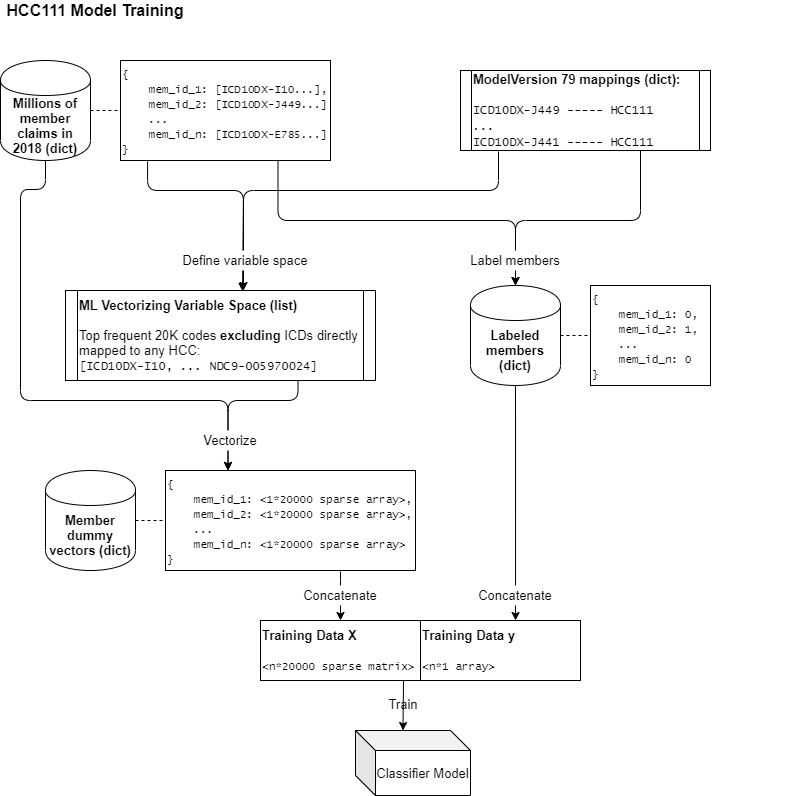
Above: imgs/training_logic.png in fattyJake/shakespeare (draw.io), before the change. Source tidied: cells renumbered, new cells last; positions are measured from the earlier drawing's top-left corner, leaving out a move shared by most shapes.
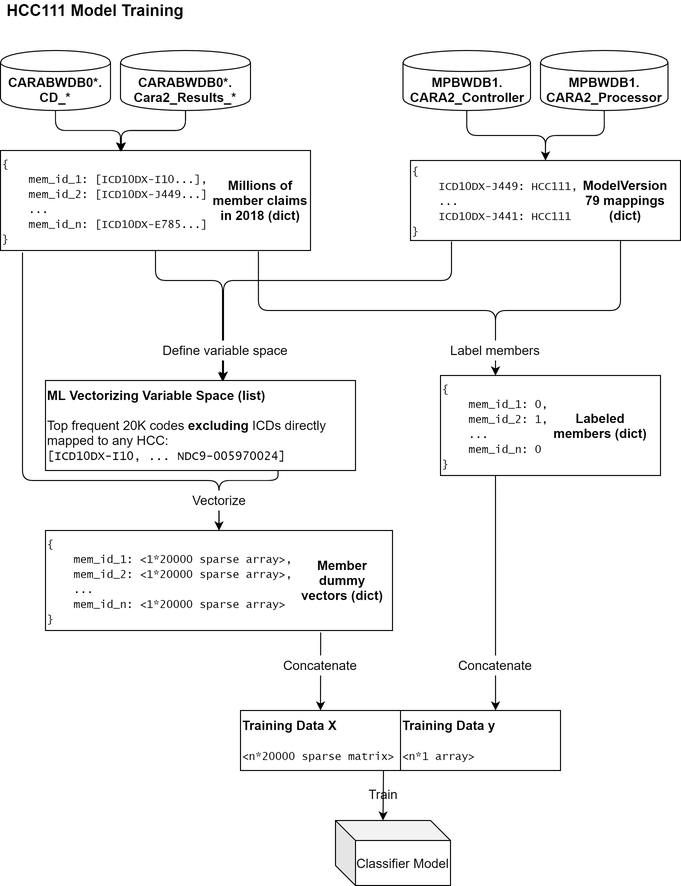
After the commit.

Commit message:
training_logic db represent fix

Diff of the diagram source:
```diff
@@ -3,31 +3,16 @@
     <mxCell id="0" />
     <mxCell id="1" parent="0" />
     <mxCell id="2" value="HCC111 Model Training" style="text;html=1;strokeColor=none;fillColor=none;align=center;verticalAlign=middle;whiteSpace=wrap;rounded=0;fontStyle=1;fontSize=16;" parent="1" vertex="1">
-      <mxGeometry width="190" height="20" as="geometry" />
+      <mxGeometry x="20" y="-90" width="190" height="20" as="geometry" />
     </mxCell>
-    <mxCell id="3" style="group;" parent="1" vertex="1">
-      <mxGeometry y="60" width="330" height="100" as="geometry" />
-    </mxCell>
-    <mxCell id="4" value="&lt;b&gt;Millions of member claims in 2018 (dict)&lt;/b&gt;" style="shape=cylinder;whiteSpace=wrap;html=1;boundedLbl=1;backgroundOutline=1;labelBackgroundColor=none;fontSize=13;" parent="3" vertex="1">
-      <mxGeometry width="90" height="100" as="geometry" />
-    </mxCell>
-    <mxCell id="5" value="&lt;font face=&quot;Lucida Console&quot; style=&quot;font-size: 11px&quot;&gt;{&lt;br&gt;&amp;nbsp; &amp;nbsp; mem_id_1: [ICD10DX-I10...],&lt;br&gt;&amp;nbsp; &amp;nbsp; mem_id_2: [ICD10DX-J449...]&lt;br&gt;&amp;nbsp; &amp;nbsp; ...&lt;br&gt;&amp;nbsp; &amp;nbsp; mem_id_n: [ICD10DX-E785...]&lt;br&gt;}&lt;/font&gt;" style="rounded=0;whiteSpace=wrap;html=1;labelBackgroundColor=none;fontSize=13;align=left;" parent="3" vertex="1">
-      <mxGeometry x="120" width="210" height="100" as="geometry" />
-    </mxCell>
-    <mxCell id="6" style="endArrow=none;dashed=1;html=1;fontSize=13;exitX=1;exitY=0.5;exitDx=0;exitDy=0;entryX=0;entryY=0.5;entryDx=0;entryDy=0;" parent="3" edge="1" source="4" target="5">
-      <mxGeometry relative="1" as="geometry" />
-    </mxCell>
-    <mxCell id="7" value="&lt;b&gt;ModelVersion 79 mappings (dict):&lt;/b&gt;&lt;br&gt;&lt;br&gt;&lt;font face=&quot;Lucida Console&quot; style=&quot;font-size: 12px&quot;&gt;ICD10DX-J449 ----- HCC111&lt;br&gt;...&lt;br&gt;ICD10DX-J441 ----- HCC111&lt;/font&gt;" style="shape=process;whiteSpace=wrap;html=1;backgroundOutline=1;labelBackgroundColor=none;fontSize=13;size=0.044;align=left;" parent="1" vertex="1">
-      <mxGeometry x="460" y="70" width="250" height="80" as="geometry" />
-    </mxCell>
-    <mxCell id="8" value="&lt;b&gt;ML Vectorizing Variable Space (list)&lt;/b&gt;&lt;br&gt;&lt;br&gt;Top frequent 20K codes &lt;b&gt;excluding &lt;/b&gt;ICDs directly mapped to any HCC:&lt;br&gt;&lt;font face=&quot;Lucida Console&quot; style=&quot;font-size: 12px&quot;&gt;[ICD10DX-I10, ... NDC9-005970024]&lt;/font&gt;" style="shape=process;whiteSpace=wrap;html=1;backgroundOutline=1;labelBackgroundColor=none;fontSize=13;align=left;size=0.037142857142857144;" parent="1" vertex="1">
+    <mxCell id="8" value="&lt;b&gt;ML Vectorizing Variable Space (list)&lt;/b&gt;&lt;br&gt;&lt;br&gt;Top frequent 20K codes &lt;b&gt;excluding &lt;/b&gt;ICDs directly mapped to any HCC:&lt;br&gt;&lt;font face=&quot;Lucida Console&quot; style=&quot;font-size: 12px&quot;&gt;[ICD10DX-I10, ... NDC9-005970024]&lt;/font&gt;" style="whiteSpace=wrap;html=1;backgroundOutline=1;labelBackgroundColor=none;fontSize=13;align=left;size=0.037142857142857144;" parent="1" vertex="1">
       <mxGeometry x="65" y="290" width="310" height="90" as="geometry" />
     </mxCell>
-    <mxCell id="9" style="endArrow=classic;html=1;fontSize=13;exitX=0.129;exitY=1.01;exitDx=0;exitDy=0;edgeStyle=orthogonalEdgeStyle;exitPerimeter=0;entryX=0.571;entryY=0.011;entryDx=0;entryDy=0;entryPerimeter=0;" parent="1" edge="1" source="5" target="8">
+    <mxCell id="9" style="endArrow=classic;html=1;fontSize=13;exitX=0.5;exitY=1;exitDx=0;exitDy=0;edgeStyle=orthogonalEdgeStyle;entryX=0.571;entryY=0.011;entryDx=0;entryDy=0;entryPerimeter=0;" parent="1" edge="1" source="5" target="8">
       <mxGeometry relative="1" as="geometry">
         <Array as="points">
-          <mxPoint x="147" y="190" />
-          <mxPoint x="243" y="190" />
+          <mxPoint x="175" y="190" />
+          <mxPoint x="242" y="190" />
         </Array>
       </mxGeometry>
     </mxCell>
@@ -35,34 +20,24 @@
       <mxGeometry relative="1" as="geometry">
         <mxPoint x="243" y="290" as="targetPoint" />
         <Array as="points">
-          <mxPoint x="498" y="190" />
+          <mxPoint x="471" y="190" />
           <mxPoint x="243" y="190" />
         </Array>
       </mxGeometry>
     </mxCell>
-    <mxCell id="11" style="group;" parent="1" vertex="1">
-      <mxGeometry x="470" y="285" width="330" height="100" as="geometry" />
-    </mxCell>
-    <mxCell id="12" value="&lt;b&gt;Labeled members (dict)&lt;/b&gt;" style="shape=cylinder;whiteSpace=wrap;html=1;boundedLbl=1;backgroundOutline=1;labelBackgroundColor=none;fontSize=13;" parent="11" vertex="1">
-      <mxGeometry width="90" height="100" as="geometry" />
-    </mxCell>
-    <mxCell id="13" value="&lt;font face=&quot;Lucida Console&quot; style=&quot;font-size: 11px&quot;&gt;{&lt;br&gt;&amp;nbsp; &amp;nbsp; mem_id_1: 0,&lt;br&gt;&amp;nbsp; &amp;nbsp; mem_id_2: 1,&lt;br&gt;&amp;nbsp; &amp;nbsp; ...&lt;br&gt;&amp;nbsp; &amp;nbsp; mem_id_n: 0&lt;br&gt;}&lt;/font&gt;" style="rounded=0;whiteSpace=wrap;html=1;labelBackgroundColor=none;fontSize=13;align=left;" parent="11" vertex="1">
-      <mxGeometry x="120" width="120" height="100" as="geometry" />
-    </mxCell>
-    <mxCell id="14" style="endArrow=none;dashed=1;html=1;fontSize=13;exitX=1;exitY=0.5;exitDx=0;exitDy=0;entryX=0;entryY=0.5;entryDx=0;entryDy=0;" parent="11" edge="1" source="12" target="13">
-      <mxGeometry relative="1" as="geometry" />
-    </mxCell>
-    <mxCell id="15" style="endArrow=classic;html=1;fontSize=13;exitX=0.75;exitY=1;exitDx=0;exitDy=0;edgeStyle=orthogonalEdgeStyle;entryX=0.5;entryY=0;entryDx=0;entryDy=0;" parent="1" edge="1" source="5" target="12">
+    <mxCell id="15" style="endArrow=classic;html=1;fontSize=13;exitX=0.832;exitY=1.01;exitDx=0;exitDy=0;edgeStyle=orthogonalEdgeStyle;entryX=0.5;entryY=0;entryDx=0;entryDy=0;exitPerimeter=0;" parent="1" edge="1" source="5">
       <mxGeometry relative="1" as="geometry">
+        <mxPoint x="515" y="285" as="targetPoint" />
         <Array as="points">
           <mxPoint x="278" y="220" />
           <mxPoint x="515" y="220" />
         </Array>
       </mxGeometry>
     </mxCell>
-    <mxCell id="16" style="endArrow=classic;html=1;fontSize=13;exitX=0.75;exitY=1;exitDx=0;exitDy=0;edgeStyle=orthogonalEdgeStyle;entryX=0.5;entryY=0;entryDx=0;entryDy=0;" parent="1" edge="1" target="12">
+    <mxCell id="16" style="endArrow=classic;html=1;fontSize=13;exitX=0.75;exitY=1;exitDx=0;exitDy=0;edgeStyle=orthogonalEdgeStyle;entryX=0.5;entryY=0;entryDx=0;entryDy=0;" parent="1" edge="1">
       <mxGeometry relative="1" as="geometry">
         <mxPoint x="640" y="150" as="sourcePoint" />
+        <mxPoint x="515" y="285" as="targetPoint" />
         <Array as="points">
           <mxPoint x="640" y="220" />
           <mxPoint x="515" y="220" />
@@ -75,62 +50,19 @@
     <mxCell id="18" value="Label members" style="text;html=1;align=center;verticalAlign=middle;whiteSpace=wrap;rounded=0;labelBackgroundColor=none;fontSize=13;fillColor=#ffffff;" parent="1" vertex="1">
       <mxGeometry x="440" y="250" width="150" height="20" as="geometry" />
     </mxCell>
-    <mxCell id="19" style="group;" parent="1" vertex="1">
-      <mxGeometry x="45" y="470" width="370" height="100" as="geometry" />
-    </mxCell>
-    <mxCell id="20" value="&lt;b&gt;Member dummy vectors (dict)&lt;/b&gt;" style="shape=cylinder;whiteSpace=wrap;html=1;boundedLbl=1;backgroundOutline=1;labelBackgroundColor=none;fontSize=13;" parent="19" vertex="1">
-      <mxGeometry width="90" height="100" as="geometry" />
-    </mxCell>
-    <mxCell id="21" value="&lt;font face=&quot;Lucida Console&quot; style=&quot;font-size: 11px&quot;&gt;{&lt;br&gt;&amp;nbsp; &amp;nbsp; mem_id_1: &amp;lt;1*20000 sparse array&amp;gt;,&lt;br&gt;&amp;nbsp; &amp;nbsp; mem_id_2:&amp;nbsp;&lt;/font&gt;&lt;span style=&quot;font-family: &amp;#34;lucida console&amp;#34; ; font-size: 11px&quot;&gt;&amp;lt;1*20000 sparse array&amp;gt;,&lt;/span&gt;&lt;font face=&quot;Lucida Console&quot; style=&quot;font-size: 11px&quot;&gt;&lt;br&gt;&amp;nbsp; &amp;nbsp; ...&lt;br&gt;&amp;nbsp; &amp;nbsp; mem_id_n:&amp;nbsp;&lt;/font&gt;&lt;span style=&quot;font-family: &amp;#34;lucida console&amp;#34; ; font-size: 11px&quot;&gt;&amp;lt;1*20000 sparse array&amp;gt;&lt;/span&gt;&lt;font face=&quot;Lucida Console&quot; style=&quot;font-size: 11px&quot;&gt;&lt;br&gt;}&lt;/font&gt;" style="rounded=0;whiteSpace=wrap;html=1;labelBackgroundColor=none;fontSize=13;align=left;" parent="19" vertex="1">
-      <mxGeometry x="120" width="250" height="100" as="geometry" />
-    </mxCell>
-    <mxCell id="22" style="endArrow=none;dashed=1;html=1;fontSize=13;exitX=1;exitY=0.5;exitDx=0;exitDy=0;entryX=0;entryY=0.5;entryDx=0;entryDy=0;" parent="19" edge="1" source="20" target="21">
-      <mxGeometry relative="1" as="geometry" />
-    </mxCell>
-    <mxCell id="23" style="endArrow=classic;html=1;fontSize=13;exitX=0.129;exitY=1.01;exitDx=0;exitDy=0;edgeStyle=orthogonalEdgeStyle;exitPerimeter=0;entryX=0.25;entryY=0;entryDx=0;entryDy=0;" parent="1" edge="1" target="21">
-      <mxGeometry relative="1" as="geometry">
-        <mxPoint x="45" y="160" as="sourcePoint" />
-        <Array as="points">
-          <mxPoint x="45" y="189" />
-          <mxPoint x="20" y="189" />
-          <mxPoint x="20" y="400" />
-          <mxPoint x="228" y="400" />
-        </Array>
-      </mxGeometry>
-    </mxCell>
-    <mxCell id="24" style="endArrow=classic;html=1;fontSize=13;edgeStyle=orthogonalEdgeStyle;exitX=0.75;exitY=1;exitDx=0;exitDy=0;entryX=0.25;entryY=0;entryDx=0;entryDy=0;" parent="1" edge="1" source="8" target="21">
-      <mxGeometry relative="1" as="geometry">
-        <Array as="points">
-          <mxPoint x="298" y="400" />
-          <mxPoint x="228" y="400" />
-        </Array>
-      </mxGeometry>
-    </mxCell>
-    <mxCell id="25" value="Vectorize" style="text;html=1;align=center;verticalAlign=middle;whiteSpace=wrap;rounded=0;labelBackgroundColor=none;fontSize=13;fillColor=#ffffff;" parent="1" vertex="1">
-      <mxGeometry x="155" y="430" width="150" height="20" as="geometry" />
-    </mxCell>
     <mxCell id="26" value="&lt;b&gt;Training Data X&lt;/b&gt;&lt;br&gt;&lt;br&gt;&lt;span style=&quot;font-family: &amp;#34;lucida console&amp;#34; ; font-size: 11px&quot;&gt;&amp;lt;n*20000 sparse matrix&amp;gt;&lt;/span&gt;" style="rounded=0;whiteSpace=wrap;html=1;labelBackgroundColor=none;fillColor=#ffffff;fontSize=13;align=left;" parent="1" vertex="1">
       <mxGeometry x="260" y="620" width="160" height="60" as="geometry" />
     </mxCell>
     <mxCell id="27" value="&lt;b&gt;Training Data y&lt;/b&gt;&lt;br&gt;&lt;br&gt;&lt;span style=&quot;font-family: &amp;#34;lucida console&amp;#34; ; font-size: 11px&quot;&gt;&amp;lt;n*1 array&amp;gt;&lt;/span&gt;" style="rounded=0;whiteSpace=wrap;html=1;labelBackgroundColor=none;fillColor=#ffffff;fontSize=13;align=left;" parent="1" vertex="1">
       <mxGeometry x="420" y="620" width="160" height="60" as="geometry" />
     </mxCell>
-    <mxCell id="28" style="endArrow=classic;html=1;fontSize=13;exitX=0.7;exitY=1.01;exitDx=0;exitDy=0;edgeStyle=orthogonalEdgeStyle;exitPerimeter=0;entryX=0.5;entryY=0;entryDx=0;entryDy=0;" parent="1" edge="1" source="21" target="26">
-      <mxGeometry relative="1" as="geometry">
-        <Array as="points">
-          <mxPoint x="340" y="580" />
-          <mxPoint x="340" y="580" />
-        </Array>
-      </mxGeometry>
-    </mxCell>
-    <mxCell id="29" style="endArrow=classic;html=1;fontSize=13;exitX=0.5;exitY=1;exitDx=0;exitDy=0;entryX=0.594;entryY=0;entryDx=0;entryDy=0;entryPerimeter=0;" parent="1" edge="1" source="12" target="27">
-      <mxGeometry relative="1" as="geometry" />
+    <mxCell id="29" style="endArrow=classic;html=1;fontSize=13;exitX=0.5;exitY=1;exitDx=0;exitDy=0;entryX=0.594;entryY=0;entryDx=0;entryDy=0;entryPerimeter=0;" parent="1" edge="1" target="27">
+      <mxGeometry relative="1" as="geometry">
+        <mxPoint x="515" y="385" as="sourcePoint" />
+      </mxGeometry>
     </mxCell>
-    <mxCell id="30" value="Concatenate" style="text;html=1;align=center;verticalAlign=middle;whiteSpace=wrap;rounded=0;labelBackgroundColor=none;fontSize=13;fillColor=#ffffff;" parent="1" vertex="1">
-      <mxGeometry x="285" y="585" width="110" height="20" as="geometry" />
-    </mxCell>
     <mxCell id="31" value="Concatenate" style="text;html=1;align=center;verticalAlign=middle;whiteSpace=wrap;rounded=0;labelBackgroundColor=none;fontSize=13;fillColor=#ffffff;" parent="1" vertex="1">
-      <mxGeometry x="460" y="585" width="110" height="20" as="geometry" />
+      <mxGeometry x="460" y="565" width="110" height="20" as="geometry" />
     </mxCell>
     <mxCell id="32" value="Classifier Model" style="shape=cube;whiteSpace=wrap;html=1;boundedLbl=1;backgroundOutline=1;darkOpacity=0.05;darkOpacity2=0.1;labelBackgroundColor=none;fillColor=#ffffff;fontSize=13;" parent="1" vertex="1">
       <mxGeometry x="355" y="730" width="115" height="65" as="geometry" />
@@ -143,5 +75,96 @@
         <mxPoint x="403" y="680" as="sourcePoint" />
       </mxGeometry>
     </mxCell>
+    <mxCell id="35" value="&lt;b&gt;CARABWDB0*.&lt;br&gt;CD_*&lt;/b&gt;" style="shape=cylinder;whiteSpace=wrap;html=1;boundedLbl=1;backgroundOutline=1;labelBackgroundColor=none;fontSize=13;" parent="1" vertex="1">
+      <mxGeometry x="20" y="-40" width="110" height="60" as="geometry" />
+    </mxCell>
+    <mxCell id="36" value="&lt;b&gt;CARABWDB0*.&lt;br&gt;Cara2_Results_*&lt;/b&gt;" style="shape=cylinder;whiteSpace=wrap;html=1;boundedLbl=1;backgroundOutline=1;labelBackgroundColor=none;fontSize=13;" parent="1" vertex="1">
+      <mxGeometry x="140" y="-40" width="130" height="60" as="geometry" />
+    </mxCell>
+    <mxCell id="37" style="group;" parent="1" vertex="1">
+      <mxGeometry x="20" y="60" width="310" height="100" as="geometry" />
+    </mxCell>
+    <mxCell id="38" style="group;" parent="37" vertex="1">
+      <mxGeometry width="310" height="100" as="geometry" />
+    </mxCell>
+    <mxCell id="5" value="&lt;font face=&quot;Lucida Console&quot; style=&quot;font-size: 11px&quot;&gt;{&lt;br&gt;&amp;nbsp; &amp;nbsp; mem_id_1: [ICD10DX-I10...],&lt;br&gt;&amp;nbsp; &amp;nbsp; mem_id_2: [ICD10DX-J449...]&lt;br&gt;&amp;nbsp; &amp;nbsp; ...&lt;br&gt;&amp;nbsp; &amp;nbsp; mem_id_n: [ICD10DX-E785...]&lt;br&gt;}&lt;/font&gt;" style="rounded=0;whiteSpace=wrap;html=1;labelBackgroundColor=none;fontSize=13;align=left;" parent="38" vertex="1">
+      <mxGeometry width="310" height="100" as="geometry" />
+    </mxCell>
+    <mxCell id="4" value="&lt;b style=&quot;font-size: 13px&quot;&gt;Millions of member claims in 2018 (dict)&lt;/b&gt;" style="text;html=1;strokeColor=none;fillColor=none;align=center;verticalAlign=middle;whiteSpace=wrap;rounded=0;" parent="38" vertex="1">
+      <mxGeometry x="210" y="20" width="100" height="60" as="geometry" />
+    </mxCell>
+    <mxCell id="39" style="group;" parent="1" vertex="1">
+      <mxGeometry x="430" y="70" width="270" height="80" as="geometry" />
+    </mxCell>
+    <mxCell id="40" style="group;" parent="39" vertex="1">
+      <mxGeometry width="270" height="80" as="geometry" />
+    </mxCell>
+    <mxCell id="7" value="&lt;font face=&quot;Lucida Console&quot; style=&quot;font-size: 11px&quot;&gt;{&lt;br&gt;&amp;nbsp; &amp;nbsp; ICD10DX-J449: HCC111,&lt;br&gt;&amp;nbsp; &amp;nbsp; ...&lt;br&gt;&amp;nbsp; &amp;nbsp; ICD10DX-J441: HCC111&lt;br&gt;}&lt;br&gt;&lt;/font&gt;" style="whiteSpace=wrap;html=1;backgroundOutline=1;labelBackgroundColor=none;fontSize=13;size=0.044;align=left;" parent="40" vertex="1">
+      <mxGeometry width="270" height="80" as="geometry" />
+    </mxCell>
+    <mxCell id="41" value="&lt;b style=&quot;font-size: 13px ; text-align: left&quot;&gt;ModelVersion 79 mappings (dict)&lt;/b&gt;" style="text;html=1;strokeColor=none;fillColor=none;align=center;verticalAlign=middle;whiteSpace=wrap;rounded=0;" parent="40" vertex="1">
+      <mxGeometry x="170" y="20" width="90" height="40" as="geometry" />
+    </mxCell>
+    <mxCell id="42" style="group;" parent="1" vertex="1">
+      <mxGeometry x="460" y="285" width="220" height="100" as="geometry" />
+    </mxCell>
+    <mxCell id="13" value="&lt;font face=&quot;Lucida Console&quot; style=&quot;font-size: 11px&quot;&gt;{&lt;br&gt;&amp;nbsp; &amp;nbsp; mem_id_1: 0,&lt;br&gt;&amp;nbsp; &amp;nbsp; mem_id_2: 1,&lt;br&gt;&amp;nbsp; &amp;nbsp; ...&lt;br&gt;&amp;nbsp; &amp;nbsp; mem_id_n: 0&lt;br&gt;}&lt;/font&gt;" style="rounded=0;whiteSpace=wrap;html=1;labelBackgroundColor=none;fontSize=13;align=left;" parent="42" vertex="1">
+      <mxGeometry width="220" height="100" as="geometry" />
+    </mxCell>
+    <mxCell id="12" value="&lt;b style=&quot;font-size: 13px&quot;&gt;Labeled members (dict)&lt;/b&gt;" style="text;html=1;strokeColor=none;fillColor=none;align=center;verticalAlign=middle;whiteSpace=wrap;rounded=0;" parent="42" vertex="1">
+      <mxGeometry x="110" y="30" width="100" height="40" as="geometry" />
+    </mxCell>
+    <mxCell id="43" style="group;" parent="1" vertex="1">
+      <mxGeometry x="65" y="440" width="347" height="100" as="geometry" />
+    </mxCell>
+    <mxCell id="21" value="&lt;font face=&quot;Lucida Console&quot; style=&quot;font-size: 11px&quot;&gt;{&lt;br&gt;&amp;nbsp; &amp;nbsp; mem_id_1: &amp;lt;1*20000 sparse array&amp;gt;,&lt;br&gt;&amp;nbsp; &amp;nbsp; mem_id_2:&amp;nbsp;&lt;/font&gt;&lt;span style=&quot;font-family: &amp;#34;lucida console&amp;#34; ; font-size: 11px&quot;&gt;&amp;lt;1*20000 sparse array&amp;gt;,&lt;/span&gt;&lt;font face=&quot;Lucida Console&quot; style=&quot;font-size: 11px&quot;&gt;&lt;br&gt;&amp;nbsp; &amp;nbsp; ...&lt;br&gt;&amp;nbsp; &amp;nbsp; mem_id_n:&amp;nbsp;&lt;/font&gt;&lt;span style=&quot;font-family: &amp;#34;lucida console&amp;#34; ; font-size: 11px&quot;&gt;&amp;lt;1*20000 sparse array&amp;gt;&lt;/span&gt;&lt;font face=&quot;Lucida Console&quot; style=&quot;font-size: 11px&quot;&gt;&lt;br&gt;}&lt;/font&gt;" style="rounded=0;whiteSpace=wrap;html=1;labelBackgroundColor=none;fontSize=13;align=left;" parent="43" vertex="1">
+      <mxGeometry width="347" height="100" as="geometry" />
+    </mxCell>
+    <mxCell id="20" value="&lt;b style=&quot;font-size: 13px&quot;&gt;Member dummy vectors (dict)&lt;/b&gt;" style="text;html=1;strokeColor=none;fillColor=none;align=center;verticalAlign=middle;whiteSpace=wrap;rounded=0;" parent="43" vertex="1">
+      <mxGeometry x="252" y="25" width="90" height="50" as="geometry" />
+    </mxCell>
+    <mxCell id="28" style="endArrow=classic;html=1;entryX=0.5;entryY=0;entryDx=0;entryDy=0;exitX=0.793;exitY=1.02;exitDx=0;exitDy=0;exitPerimeter=0;" parent="1" edge="1" source="21" target="26">
+      <mxGeometry relative="1" as="geometry" />
+    </mxCell>
+    <mxCell id="30" value="Concatenate" style="text;html=1;align=center;verticalAlign=middle;whiteSpace=wrap;rounded=0;labelBackgroundColor=none;fontSize=13;fillColor=#ffffff;" parent="1" vertex="1">
+      <mxGeometry x="285" y="565" width="110" height="20" as="geometry" />
+    </mxCell>
+    <mxCell id="24" style="endArrow=classic;html=1;exitX=0.75;exitY=1;exitDx=0;exitDy=0;entryX=0.5;entryY=0;entryDx=0;entryDy=0;edgeStyle=orthogonalEdgeStyle;" parent="1" edge="1" source="8" target="21">
+      <mxGeometry relative="1" as="geometry">
+        <Array as="points">
+          <mxPoint x="298" y="390" />
+          <mxPoint x="239" y="390" />
+        </Array>
+      </mxGeometry>
+    </mxCell>
+    <mxCell id="44" style="endArrow=classic;html=1;exitX=0.071;exitY=1.02;exitDx=0;exitDy=0;exitPerimeter=0;entryX=0.5;entryY=0;entryDx=0;entryDy=0;edgeStyle=orthogonalEdgeStyle;" parent="1" edge="1" source="5" target="21">
+      <mxGeometry relative="1" as="geometry">
+        <Array as="points">
+          <mxPoint x="42" y="390" />
+          <mxPoint x="239" y="390" />
+        </Array>
+      </mxGeometry>
+    </mxCell>
+    <mxCell id="25" value="Vectorize" style="text;html=1;align=center;verticalAlign=middle;whiteSpace=wrap;rounded=0;labelBackgroundColor=none;fontSize=13;fillColor=#ffffff;" parent="1" vertex="1">
+      <mxGeometry x="163.5" y="400" width="150" height="20" as="geometry" />
+    </mxCell>
+    <mxCell id="45" style="endArrow=classic;html=1;exitX=0.5;exitY=1;exitDx=0;exitDy=0;entryX=0.387;entryY=0.01;entryDx=0;entryDy=0;entryPerimeter=0;edgeStyle=orthogonalEdgeStyle;" parent="1" edge="1" source="35" target="5">
+      <mxGeometry relative="1" as="geometry" />
+    </mxCell>
+    <mxCell id="46" style="endArrow=classic;html=1;exitX=0.5;exitY=1;exitDx=0;exitDy=0;entryX=0.39;entryY=0.01;entryDx=0;entryDy=0;entryPerimeter=0;edgeStyle=orthogonalEdgeStyle;" parent="1" edge="1" source="36" target="5">
+      <mxGeometry relative="1" as="geometry" />
+    </mxCell>
+    <mxCell id="47" value="&lt;font style=&quot;font-size: 13px&quot;&gt;&lt;b&gt;MPBWDB1.&lt;br&gt;CARA2_Controller&lt;br&gt;&lt;/b&gt;&lt;/font&gt;" style="shape=cylinder;whiteSpace=wrap;html=1;boundedLbl=1;backgroundOutline=1;labelBackgroundColor=none;fontSize=13;fontColor=#000000;" parent="1" vertex="1">
+      <mxGeometry x="422.5" y="-40" width="127.5" height="60" as="geometry" />
+    </mxCell>
+    <mxCell id="48" value="&lt;font style=&quot;font-size: 13px&quot;&gt;&lt;b&gt;MPBWDB1.&lt;br&gt;&lt;/b&gt;&lt;b style=&quot;font-family: &amp;#34;helvetica&amp;#34;&quot;&gt;CARA2_Processor&lt;/b&gt;&lt;b&gt;&lt;br&gt;&lt;/b&gt;&lt;/font&gt;" style="shape=cylinder;whiteSpace=wrap;html=1;boundedLbl=1;backgroundOutline=1;labelBackgroundColor=none;fontSize=13;fontColor=#000000;" parent="1" vertex="1">
+      <mxGeometry x="560" y="-40" width="127.5" height="60" as="geometry" />
+    </mxCell>
+    <mxCell id="49" style="endArrow=classic;html=1;fontColor=#000000;exitX=0.5;exitY=1;exitDx=0;exitDy=0;entryX=0.5;entryY=0;entryDx=0;entryDy=0;edgeStyle=orthogonalEdgeStyle;" parent="1" edge="1" source="47" target="7">
+      <mxGeometry relative="1" as="geometry" />
+    </mxCell>
+    <mxCell id="50" style="endArrow=classic;html=1;fontColor=#000000;exitX=0.5;exitY=1;exitDx=0;exitDy=0;entryX=0.5;entryY=0;entryDx=0;entryDy=0;edgeStyle=orthogonalEdgeStyle;" parent="1" edge="1" source="48" target="7">
+      <mxGeometry relative="1" as="geometry" />
+    </mxCell>
   </root>
 </mxGraphModel>
```
